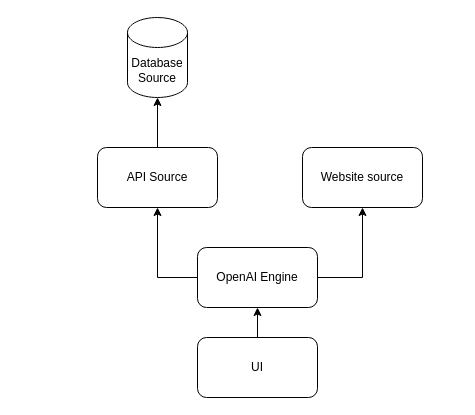
Before: src/app/app-invest-advisor-v2/diagram/draft.drawio in joeycmlam/njstool, a draw.io diagram. Source tidied: cells renumbered, new cells numbered last; positions are measured from the earlier drawing's top-left corner, leaving out a move shared by most shapes. Both pictures are drawn from the tidied source at 100%, with x=0, y=0 at pixel (97, 17).
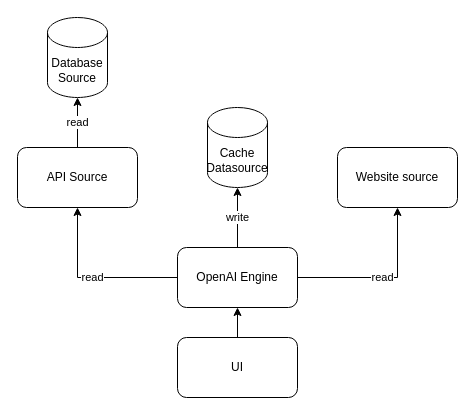
After the change.

What changed in the source:
```diff
@@
 <mxGraphModel>
   <root>
     <mxCell id="0" />
     <mxCell id="1" parent="0" />
     <mxCell id="2" value="API Source" style="rounded=1;whiteSpace=wrap;html=1;" parent="1" vertex="1">
-      <mxGeometry y="130" width="120" height="60" as="geometry" />
+      <mxGeometry x="-80" y="130" width="120" height="60" as="geometry" />
     </mxCell>
     <mxCell id="3" value="Website source" style="rounded=1;whiteSpace=wrap;html=1;" parent="1" vertex="1">
-      <mxGeometry x="205" y="130" width="120" height="60" as="geometry" />
+      <mxGeometry x="240" y="130" width="120" height="60" as="geometry" />
     </mxCell>
     <mxCell id="4" value="Database Source" style="shape=cylinder3;whiteSpace=wrap;html=1;boundedLbl=1;backgroundOutline=1;size=15;" parent="1" vertex="1">
-      <mxGeometry x="30" width="60" height="80" as="geometry" />
+      <mxGeometry x="-50" width="60" height="80" as="geometry" />
     </mxCell>
-    <mxCell id="5" style="endArrow=classic;html=1;rounded=0;exitX=0.5;exitY=0;exitDx=0;exitDy=0;" parent="1" edge="1" source="2" target="4">
+    <mxCell id="5" value="read" style="endArrow=classic;html=1;rounded=0;exitX=0.5;exitY=0;exitDx=0;exitDy=0;" parent="1" edge="1" source="2" target="4">
       <mxGeometry relative="1" as="geometry" />
     </mxCell>
     <mxCell id="6" value="OpenAI Engine" style="rounded=1;whiteSpace=wrap;html=1;" parent="1" vertex="1">
-      <mxGeometry x="100" y="230" width="120" height="60" as="geometry" />
+      <mxGeometry x="80" y="230" width="120" height="60" as="geometry" />
     </mxCell>
-    <mxCell id="7" style="endArrow=classic;html=1;rounded=0;exitX=0;exitY=0.5;exitDx=0;exitDy=0;" parent="1" edge="1" source="6" target="2">
+    <mxCell id="7" value="read" style="endArrow=classic;html=1;rounded=0;exitX=0;exitY=0.5;exitDx=0;exitDy=0;" parent="1" edge="1" source="6" target="2">
       <mxGeometry relative="1" as="geometry">
         <Array as="points">
-          <mxPoint x="60" y="260" />
+          <mxPoint x="-20" y="260" />
         </Array>
       </mxGeometry>
     </mxCell>
-    <mxCell id="8" style="endArrow=classic;html=1;rounded=0;exitX=1;exitY=0.5;exitDx=0;exitDy=0;entryX=0.5;entryY=1;entryDx=0;entryDy=0;" parent="1" edge="1" source="6" target="3">
+    <mxCell id="8" value="read" style="endArrow=classic;html=1;rounded=0;exitX=1;exitY=0.5;exitDx=0;exitDy=0;entryX=0.5;entryY=1;entryDx=0;entryDy=0;" parent="1" edge="1" source="6" target="3">
       <mxGeometry relative="1" as="geometry">
         <Array as="points">
-          <mxPoint x="265" y="260" />
+          <mxPoint x="300" y="260" />
         </Array>
       </mxGeometry>
     </mxCell>
     <mxCell id="9" value="UI" style="rounded=1;whiteSpace=wrap;html=1;" parent="1" vertex="1">
-      <mxGeometry x="100" y="320" width="120" height="60" as="geometry" />
+      <mxGeometry x="80" y="320" width="120" height="60" as="geometry" />
     </mxCell>
     <mxCell id="10" style="endArrow=classic;html=1;rounded=0;entryX=0.5;entryY=1;entryDx=0;entryDy=0;" parent="1" edge="1" source="9" target="6">
       <mxGeometry relative="1" as="geometry" />
     </mxCell>
+    <mxCell id="11" value="Cache Datasource" style="shape=cylinder3;whiteSpace=wrap;html=1;boundedLbl=1;backgroundOutline=1;size=15;" parent="1" vertex="1">
+      <mxGeometry x="110" y="90" width="60" height="80" as="geometry" />
+    </mxCell>
+    <mxCell id="12" value="write" style="endArrow=classic;html=1;rounded=0;entryX=0.5;entryY=1;entryDx=0;entryDy=0;entryPerimeter=0;exitX=0.5;exitY=0;exitDx=0;exitDy=0;" parent="1" edge="1" source="6" target="11">
+      <mxGeometry relative="1" as="geometry" />
+    </mxCell>
   </root>
 </mxGraphModel>
```
